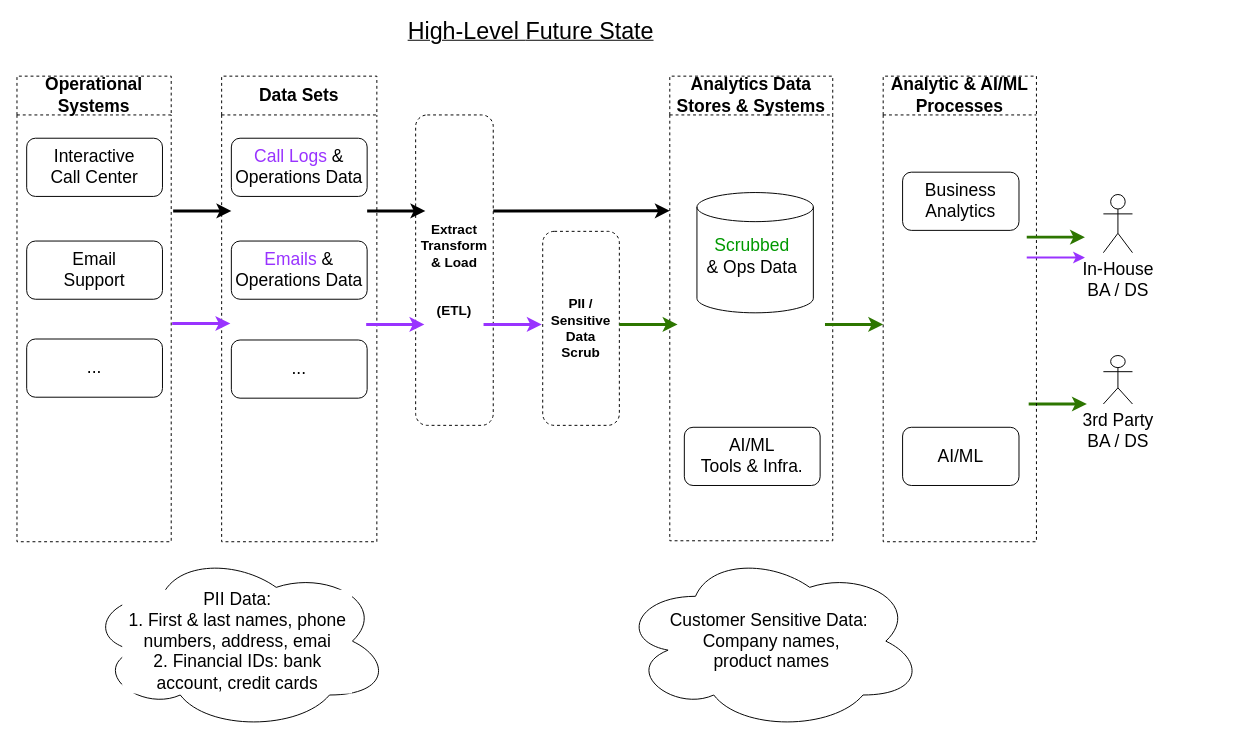
Before: page "Future State" (4 of 6) of AB2 - 2022-12-04-v1.drawio in fotoby/ab3, a draw.io diagram. Source tidied: cells renumbered, new cells numbered last; positions are measured from the earlier drawing's top-left corner, leaving out a move shared by most shapes. Both pictures are drawn from the tidied source at 97%, with x=0, y=0 at pixel (16, 16).
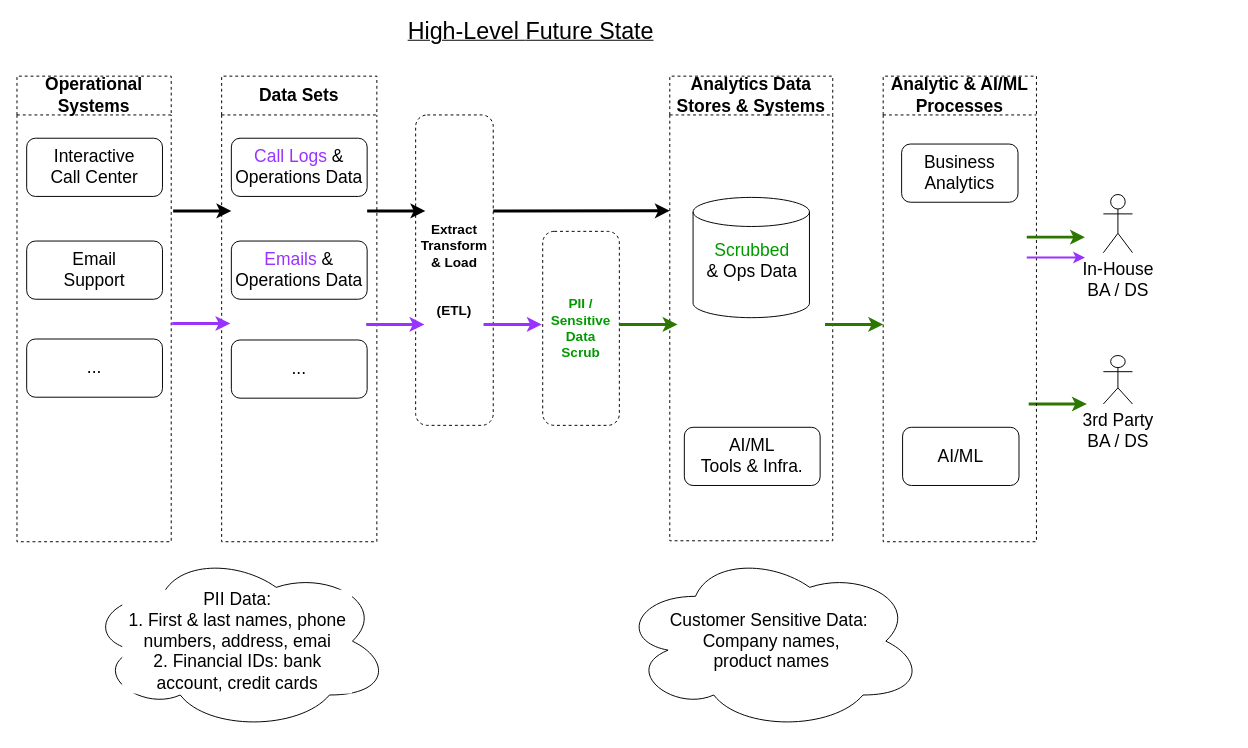
Above is the later version.

Unchanged cells that the change refers to:
```xml
<mxCell id="6" value="Analytics Data Stores &amp;amp; Systems" style="swimlane;whiteSpace=wrap;html=1;shadow=0;strokeColor=default;fontSize=18;startSize=40;dashed=1;" parent="1" vertex="1">
  <mxGeometry x="673" y="61" width="168" height="479" as="geometry" />
</mxCell>
<mxCell id="11" value="Analytic &amp;amp; AI/ML&lt;br&gt;Processes" style="swimlane;whiteSpace=wrap;html=1;shadow=0;strokeColor=default;fontSize=18;startSize=40;dashed=1;" parent="1" vertex="1">
  <mxGeometry x="893" y="61" width="158" height="480" as="geometry" />
</mxCell>
```

Diff of the diagram source:
```diff
@@
     <mxCell id="8" style="group;" parent="6" vertex="1">
-      <mxGeometry x="20" y="120" width="140" height="124" as="geometry" />
+      <mxGeometry x="20" y="125" width="140" height="124" as="geometry" />
     </mxCell>
     <mxCell id="9" style="shape=cylinder3;whiteSpace=wrap;html=1;boundedLbl=1;backgroundOutline=1;size=15;shadow=0;fontSize=18;" parent="8" vertex="1">
-      <mxGeometry x="8" width="120" height="124" as="geometry" />
+      <mxGeometry x="4" width="120" height="124" as="geometry" />
     </mxCell>
@@
     <mxCell id="12" value="Business Analytics" style="rounded=1;whiteSpace=wrap;html=1;shadow=0;labelBorderColor=none;fontSize=18;" parent="11" vertex="1">
-      <mxGeometry x="20" y="99" width="120" height="60" as="geometry" />
+      <mxGeometry x="19" y="70" width="120" height="60" as="geometry" />
     </mxCell>
@@
-    <mxCell id="15" value="&lt;b style=&quot;font-size: 14px;&quot;&gt;PII /&lt;br&gt;Sensitive&lt;br&gt;Data&lt;br&gt;Scrub&lt;/b&gt;" style="rounded=1;whiteSpace=wrap;html=1;fontSize=12;dashed=1;" parent="1" vertex="1">
+    <mxCell id="15" value="&lt;b style=&quot;font-size: 14px;&quot;&gt;&lt;font color=&quot;#009900&quot;&gt;PII /&lt;br&gt;Sensitive&lt;br&gt;Data&lt;br&gt;Scrub&lt;/font&gt;&lt;/b&gt;" style="rounded=1;whiteSpace=wrap;html=1;fontSize=12;dashed=1;" parent="1" vertex="1">
       <mxGeometry x="542" y="221" width="79" height="200" as="geometry" />
     </mxCell>
```
